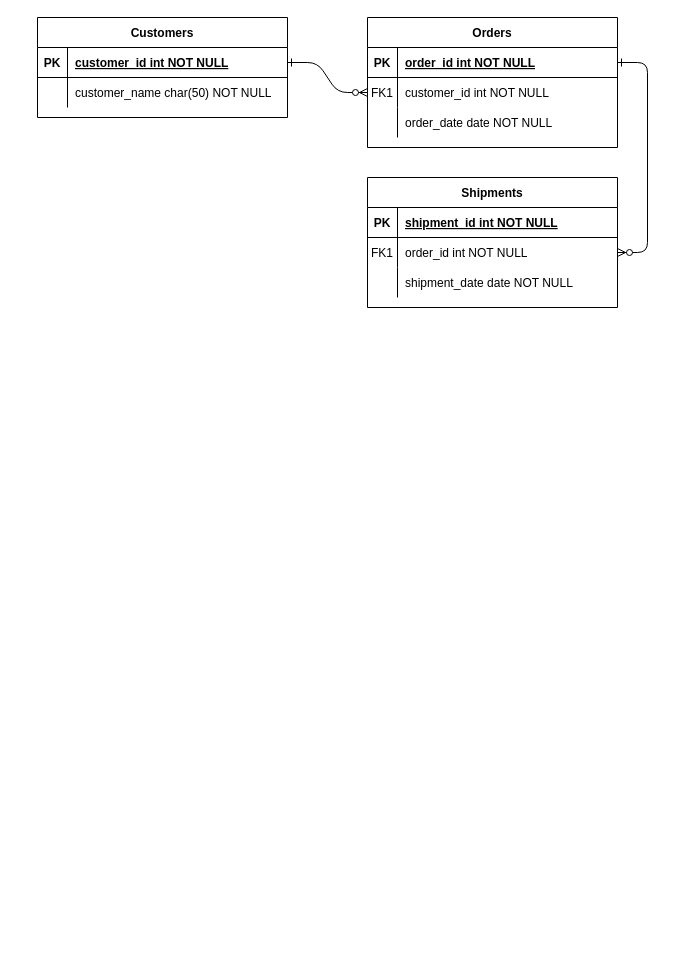
Before: 名称未設定ファイル.drawio in git-take777/menhealth-app_backend, a draw.io diagram. Source tidied: cells renumbered, new cells numbered last; positions are measured from the earlier drawing's top-left corner, leaving out a move shared by most shapes. Both pictures are drawn from the tidied source at 100%, with x=0, y=0 at pixel (37, 17).
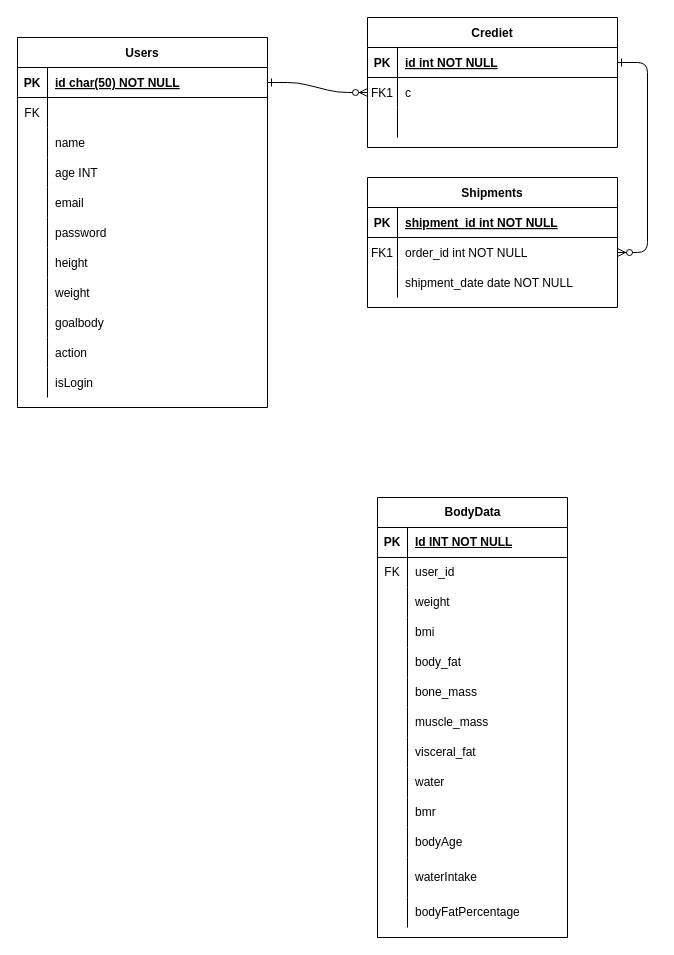
The same page after the edit.

Commit message:
health.drawio を更新します

The change refers to these unchanged cells:
```xml
<mxCell id="5" style="shape=partialRectangle;fillColor=none;points=[[0,0.5],[1,0.5]];portConstraint=eastwest;top=0;left=0;right=0;bottom=1;" parent="4" vertex="1">
  <mxGeometry y="30" width="250" height="30" as="geometry" />
</mxCell>
<mxCell id="8" style="shape=partialRectangle;fillColor=none;points=[[0,0.5],[1,0.5]];portConstraint=eastwest;top=0;left=0;right=0;bottom=0;" parent="4" vertex="1">
  <mxGeometry y="60" width="250" height="30" as="geometry" />
</mxCell>
<mxCell id="11" style="shape=partialRectangle;fillColor=none;top=0;left=0;right=0;bottom=0;" parent="4" vertex="1">
  <mxGeometry y="90" width="250" height="30" as="geometry" />
</mxCell>
<mxCell id="25" style="shape=partialRectangle;fillColor=none;points=[[0,0.5],[1,0.5]];portConstraint=eastwest;top=0;left=0;right=0;bottom=1;" parent="24" vertex="1">
  <mxGeometry y="30" width="250" height="30" as="geometry" />
</mxCell>
<mxCell id="28" style="shape=partialRectangle;fillColor=none;top=0;left=0;right=0;bottom=0;" parent="24" vertex="1">
  <mxGeometry y="60" width="250" height="30" as="geometry" />
</mxCell>
```

What changed in the source:
```diff
@@
-    <mxCell id="4" value="Orders" style="shape=table;startSize=30;childLayout=tableLayout;rowLines=0;fontStyle=1;align=center;" parent="1" vertex="1">
+    <mxCell id="4" value="Crediet" style="shape=table;startSize=30;childLayout=tableLayout;rowLines=0;fontStyle=1;align=center;" parent="1" vertex="1">
       <mxGeometry x="330" width="250" height="130" as="geometry" />
     </mxCell>
@@
-    <mxCell id="7" value="order_id int NOT NULL " style="shape=partialRectangle;overflow=hidden;fillColor=none;top=0;left=0;bottom=0;right=0;align=left;spacingLeft=6;fontStyle=5;" parent="5" vertex="1">
+    <mxCell id="7" value="id int NOT NULL " style="shape=partialRectangle;overflow=hidden;fillColor=none;top=0;left=0;bottom=0;right=0;align=left;spacingLeft=6;fontStyle=5;" parent="5" vertex="1">
       <mxGeometry x="30" width="220" height="30" as="geometry" />
     </mxCell>
@@
-    <mxCell id="10" value="customer_id int NOT NULL" style="shape=partialRectangle;overflow=hidden;fillColor=none;top=0;left=0;bottom=0;right=0;align=left;spacingLeft=6;" parent="8" vertex="1">
+    <mxCell id="10" value="c" style="shape=partialRectangle;overflow=hidden;fillColor=none;top=0;left=0;bottom=0;right=0;align=left;spacingLeft=6;" parent="8" vertex="1">
       <mxGeometry x="30" width="220" height="30" as="geometry" />
     </mxCell>
@@
-    <mxCell id="13" value="order_date date NOT NULL" style="shape=partialRectangle;overflow=hidden;fillColor=none;top=0;left=0;bottom=0;right=0;align=left;spacingLeft=6;" parent="11" vertex="1">
+    <mxCell id="13" style="shape=partialRectangle;overflow=hidden;fillColor=none;top=0;left=0;bottom=0;right=0;align=left;spacingLeft=6;" parent="11" vertex="1">
       <mxGeometry x="30" width="220" height="30" as="geometry" />
     </mxCell>
@@
-    <mxCell id="24" value="Customers" style="shape=table;startSize=30;childLayout=tableLayout;rowLines=0;fontStyle=1;align=center;" parent="1" vertex="1">
-      <mxGeometry width="250" height="100" as="geometry" />
+    <mxCell id="24" value="Users" style="shape=table;startSize=30;childLayout=tableLayout;rowLines=0;fontStyle=1;align=center;" parent="1" vertex="1">
+      <mxGeometry x="-20" y="20" width="250" height="370" as="geometry" />
     </mxCell>
@@
-    <mxCell id="27" value="customer_id int NOT NULL " style="shape=partialRectangle;overflow=hidden;fillColor=none;top=0;left=0;bottom=0;right=0;align=left;spacingLeft=6;fontStyle=5;" parent="25" vertex="1">
+    <mxCell id="27" value="id char(50) NOT NULL" style="shape=partialRectangle;overflow=hidden;fillColor=none;top=0;left=0;bottom=0;right=0;align=left;spacingLeft=6;fontStyle=5;" parent="25" vertex="1">
       <mxGeometry x="30" width="220" height="30" as="geometry" />
     </mxCell>
@@
-    <mxCell id="29" style="shape=partialRectangle;overflow=hidden;fillColor=none;top=0;left=0;bottom=0;right=0;" parent="28" vertex="1">
+    <mxCell id="29" value="FK" style="shape=partialRectangle;overflow=hidden;fillColor=none;top=0;left=0;bottom=0;right=0;" parent="28" vertex="1">
       <mxGeometry width="30" height="30" as="geometry" />
     </mxCell>
-    <mxCell id="30" value="customer_name char(50) NOT NULL" style="shape=partialRectangle;overflow=hidden;fillColor=none;top=0;left=0;bottom=0;right=0;align=left;spacingLeft=6;" parent="28" vertex="1">
+    <mxCell id="30" style="shape=partialRectangle;overflow=hidden;fillColor=none;top=0;left=0;bottom=0;right=0;align=left;spacingLeft=6;" parent="28" vertex="1">
       <mxGeometry x="30" width="220" height="30" as="geometry" />
     </mxCell>
+    <mxCell id="31" style="shape=partialRectangle;fillColor=none;top=0;left=0;right=0;bottom=0;" parent="24" vertex="1">
+      <mxGeometry y="90" width="250" height="30" as="geometry" />
+    </mxCell>
+    <mxCell id="32" style="shape=partialRectangle;overflow=hidden;fillColor=none;top=0;left=0;bottom=0;right=0;" parent="31" vertex="1">
+      <mxGeometry width="30" height="30" as="geometry" />
+    </mxCell>
+    <mxCell id="33" value="name" style="shape=partialRectangle;overflow=hidden;fillColor=none;top=0;left=0;bottom=0;right=0;align=left;spacingLeft=6;" parent="31" vertex="1">
+      <mxGeometry x="30" width="220" height="30" as="geometry" />
+    </mxCell>
+    <mxCell id="34" style="shape=partialRectangle;fillColor=none;top=0;left=0;right=0;bottom=0;" parent="24" vertex="1">
+      <mxGeometry y="120" width="250" height="30" as="geometry" />
+    </mxCell>
+    <mxCell id="35" style="shape=partialRectangle;overflow=hidden;fillColor=none;top=0;left=0;bottom=0;right=0;" parent="34" vertex="1">
+      <mxGeometry width="30" height="30" as="geometry" />
+    </mxCell>
+    <mxCell id="36" value="age INT" style="shape=partialRectangle;overflow=hidden;fillColor=none;top=0;left=0;bottom=0;right=0;align=left;spacingLeft=6;" parent="34" vertex="1">
+      <mxGeometry x="30" width="220" height="30" as="geometry" />
+    </mxCell>
+    <mxCell id="37" style="shape=partialRectangle;fillColor=none;top=0;left=0;right=0;bottom=0;" parent="24" vertex="1">
+      <mxGeometry y="150" width="250" height="30" as="geometry" />
+    </mxCell>
+    <mxCell id="38" style="shape=partialRectangle;overflow=hidden;fillColor=none;top=0;left=0;bottom=0;right=0;" parent="37" vertex="1">
+      <mxGeometry width="30" height="30" as="geometry" />
+    </mxCell>
+    <mxCell id="39" value="email" style="shape=partialRectangle;overflow=hidden;fillColor=none;top=0;left=0;bottom=0;right=0;align=left;spacingLeft=6;" parent="37" vertex="1">
+      <mxGeometry x="30" width="220" height="30" as="geometry" />
+    </mxCell>
+    <mxCell id="40" style="shape=partialRectangle;fillColor=none;top=0;left=0;right=0;bottom=0;" parent="24" vertex="1">
+      <mxGeometry y="180" width="250" height="30" as="geometry" />
+    </mxCell>
+    <mxCell id="41" style="shape=partialRectangle;overflow=hidden;fillColor=none;top=0;left=0;bottom=0;right=0;" parent="40" vertex="1">
+      <mxGeometry width="30" height="30" as="geometry" />
+    </mxCell>
+    <mxCell id="42" value="password" style="shape=partialRectangle;overflow=hidden;fillColor=none;top=0;left=0;bottom=0;right=0;align=left;spacingLeft=6;" parent="40" vertex="1">
+      <mxGeometry x="30" width="220" height="30" as="geometry" />
+    </mxCell>
+    <mxCell id="43" style="shape=partialRectangle;fillColor=none;top=0;left=0;right=0;bottom=0;" parent="24" vertex="1">
+      <mxGeometry y="210" width="250" height="30" as="geometry" />
+    </mxCell>
+    <mxCell id="44" style="shape=partialRectangle;overflow=hidden;fillColor=none;top=0;left=0;bottom=0;right=0;" parent="43" vertex="1">
+      <mxGeometry width="30" height="30" as="geometry" />
+    </mxCell>
+    <mxCell id="45" value="height" style="shape=partialRectangle;overflow=hidden;fillColor=none;top=0;left=0;bottom=0;right=0;align=left;spacingLeft=6;" parent="43" vertex="1">
+      <mxGeometry x="30" width="220" height="30" as="geometry" />
+    </mxCell>
+    <mxCell id="46" style="shape=partialRectangle;fillColor=none;top=0;left=0;right=0;bottom=0;" parent="24" vertex="1">
+      <mxGeometry y="240" width="250" height="30" as="geometry" />
+    </mxCell>
+    <mxCell id="47" style="shape=partialRectangle;overflow=hidden;fillColor=none;top=0;left=0;bottom=0;right=0;" parent="46" vertex="1">
+      <mxGeometry width="30" height="30" as="geometry" />
+    </mxCell>
+    <mxCell id="48" value="weight" style="shape=partialRectangle;overflow=hidden;fillColor=none;top=0;left=0;bottom=0;right=0;align=left;spacingLeft=6;" parent="46" vertex="1">
+      <mxGeometry x="30" width="220" height="30" as="geometry" />
+    </mxCell>
+    <mxCell id="49" style="shape=partialRectangle;fillColor=none;top=0;left=0;right=0;bottom=0;" parent="24" vertex="1">
+      <mxGeometry y="270" width="250" height="30" as="geometry" />
+    </mxCell>
+    <mxCell id="50" style="shape=partialRectangle;overflow=hidden;fillColor=none;top=0;left=0;bottom=0;right=0;" parent="49" vertex="1">
+      <mxGeometry width="30" height="30" as="geometry" />
+    </mxCell>
+    <mxCell id="51" value="goalbody" style="shape=partialRectangle;overflow=hidden;fillColor=none;top=0;left=0;bottom=0;right=0;align=left;spacingLeft=6;" parent="49" vertex="1">
+      <mxGeometry x="30" width="220" height="30" as="geometry" />
+    </mxCell>
+    <mxCell id="52" style="shape=partialRectangle;fillColor=none;top=0;left=0;right=0;bottom=0;" parent="24" vertex="1">
+      <mxGeometry y="300" width="250" height="30" as="geometry" />
+    </mxCell>
+    <mxCell id="53" style="shape=partialRectangle;overflow=hidden;fillColor=none;top=0;left=0;bottom=0;right=0;" parent="52" vertex="1">
+      <mxGeometry width="30" height="30" as="geometry" />
+    </mxCell>
+    <mxCell id="54" value="action" style="shape=partialRectangle;overflow=hidden;fillColor=none;top=0;left=0;bottom=0;right=0;align=left;spacingLeft=6;" parent="52" vertex="1">
+      <mxGeometry x="30" width="220" height="30" as="geometry" />
+    </mxCell>
+    <mxCell id="55" style="shape=partialRectangle;fillColor=none;top=0;left=0;right=0;bottom=0;" parent="24" vertex="1">
+      <mxGeometry y="330" width="250" height="30" as="geometry" />
+    </mxCell>
+    <mxCell id="56" style="shape=partialRectangle;overflow=hidden;fillColor=none;top=0;left=0;bottom=0;right=0;" parent="55" vertex="1">
+      <mxGeometry width="30" height="30" as="geometry" />
+    </mxCell>
+    <mxCell id="57" value="isLogin" style="shape=partialRectangle;overflow=hidden;fillColor=none;top=0;left=0;bottom=0;right=0;align=left;spacingLeft=6;" parent="55" vertex="1">
+      <mxGeometry x="30" width="220" height="30" as="geometry" />
+    </mxCell>
+    <mxCell id="58" value="BodyData" style="shape=table;startSize=30;childLayout=tableLayout;rowLines=0;fontStyle=1;align=center;html=1;" parent="1" vertex="1">
+      <mxGeometry x="340" y="480" width="190" height="440" as="geometry" />
+    </mxCell>
+    <mxCell id="59" style="shape=tableRow;horizontal=0;startSize=0;swimlaneHead=0;swimlaneBody=0;fillColor=none;top=0;left=0;right=0;bottom=1;" parent="58" vertex="1">
+      <mxGeometry y="30" width="190" height="30" as="geometry" />
+    </mxCell>
+    <mxCell id="60" value="PK" style="shape=partialRectangle;fillColor=none;top=0;left=0;bottom=0;right=0;fontStyle=1;overflow=hidden;whiteSpace=wrap;html=1;" parent="59" vertex="1">
+      <mxGeometry width="30" height="30" as="geometry" />
+    </mxCell>
+    <mxCell id="61" value="Id INT NOT NULL" style="shape=partialRectangle;fillColor=none;top=0;left=0;bottom=0;right=0;align=left;spacingLeft=6;fontStyle=5;overflow=hidden;whiteSpace=wrap;html=1;" parent="59" vertex="1">
+      <mxGeometry x="30" width="160" height="30" as="geometry" />
+    </mxCell>
+    <mxCell id="62" style="shape=tableRow;horizontal=0;startSize=0;swimlaneHead=0;swimlaneBody=0;fillColor=none;top=0;left=0;right=0;bottom=0;" parent="58" vertex="1">
+      <mxGeometry y="60" width="190" height="30" as="geometry" />
+    </mxCell>
+    <mxCell id="63" value="FK" style="shape=partialRectangle;fillColor=none;top=0;left=0;bottom=0;right=0;overflow=hidden;whiteSpace=wrap;html=1;" parent="62" vertex="1">
+      <mxGeometry width="30" height="30" as="geometry" />
+    </mxCell>
+    <mxCell id="64" value="user_id" style="shape=partialRectangle;fillColor=none;top=0;left=0;bottom=0;right=0;align=left;spacingLeft=6;overflow=hidden;whiteSpace=wrap;html=1;" parent="62" vertex="1">
+      <mxGeometry x="30" width="160" height="30" as="geometry" />
+    </mxCell>
+    <mxCell id="65" style="shape=tableRow;horizontal=0;startSize=0;swimlaneHead=0;swimlaneBody=0;fillColor=none;top=0;left=0;right=0;bottom=0;" parent="58" vertex="1">
+      <mxGeometry y="90" width="190" height="30" as="geometry" />
+    </mxCell>
+    <mxCell id="66" style="shape=partialRectangle;fillColor=none;top=0;left=0;bottom=0;right=0;overflow=hidden;whiteSpace=wrap;html=1;" parent="65" vertex="1">
+      <mxGeometry width="30" height="30" as="geometry" />
+    </mxCell>
+    <mxCell id="67" value="weight" style="shape=partialRectangle;fillColor=none;top=0;left=0;bottom=0;right=0;align=left;spacingLeft=6;overflow=hidden;whiteSpace=wrap;html=1;" parent="65" vertex="1">
+      <mxGeometry x="30" width="160" height="30" as="geometry" />
+    </mxCell>
+    <mxCell id="68" style="shape=tableRow;horizontal=0;startSize=0;swimlaneHead=0;swimlaneBody=0;fillColor=none;top=0;left=0;right=0;bottom=0;" parent="58" vertex="1">
+      <mxGeometry y="120" width="190" height="30" as="geometry" />
+    </mxCell>
+    <mxCell id="69" style="shape=partialRectangle;fillColor=none;top=0;left=0;bottom=0;right=0;overflow=hidden;whiteSpace=wrap;html=1;" parent="68" vertex="1">
+      <mxGeometry width="30" height="30" as="geometry" />
+    </mxCell>
+    <mxCell id="70" value="bmi" style="shape=partialRectangle;fillColor=none;top=0;left=0;bottom=0;right=0;align=left;spacingLeft=6;overflow=hidden;whiteSpace=wrap;html=1;" parent="68" vertex="1">
+      <mxGeometry x="30" width="160" height="30" as="geometry" />
+    </mxCell>
+    <mxCell id="71" style="shape=tableRow;horizontal=0;startSize=0;swimlaneHead=0;swimlaneBody=0;fillColor=none;top=0;left=0;right=0;bottom=0;" parent="58" vertex="1">
+      <mxGeometry y="150" width="190" height="30" as="geometry" />
+    </mxCell>
+    <mxCell id="72" style="shape=partialRectangle;fillColor=none;top=0;left=0;bottom=0;right=0;overflow=hidden;whiteSpace=wrap;html=1;" parent="71" vertex="1">
+      <mxGeometry width="30" height="30" as="geometry" />
+    </mxCell>
+    <mxCell id="73" value="body_fat" style="shape=partialRectangle;fillColor=none;top=0;left=0;bottom=0;right=0;align=left;spacingLeft=6;overflow=hidden;whiteSpace=wrap;html=1;" parent="71" vertex="1">
+      <mxGeometry x="30" width="160" height="30" as="geometry" />
+    </mxCell>
+    <mxCell id="74" style="shape=tableRow;horizontal=0;startSize=0;swimlaneHead=0;swimlaneBody=0;fillColor=none;top=0;left=0;right=0;bottom=0;" parent="58" vertex="1">
+      <mxGeometry y="180" width="190" height="30" as="geometry" />
+    </mxCell>
+    <mxCell id="75" style="shape=partialRectangle;fillColor=none;top=0;left=0;bottom=0;right=0;overflow=hidden;whiteSpace=wrap;html=1;" parent="74" vertex="1">
+      <mxGeometry width="30" height="30" as="geometry" />
+    </mxCell>
+    <mxCell id="76" value="bone_mass" style="shape=partialRectangle;fillColor=none;top=0;left=0;bottom=0;right=0;align=left;spacingLeft=6;overflow=hidden;whiteSpace=wrap;html=1;" parent="74" vertex="1">
+      <mxGeometry x="30" width="160" height="30" as="geometry" />
+    </mxCell>
+    <mxCell id="77" style="shape=tableRow;horizontal=0;startSize=0;swimlaneHead=0;swimlaneBody=0;fillColor=none;top=0;left=0;right=0;bottom=0;" parent="58" vertex="1">
+      <mxGeometry y="210" width="190" height="30" as="geometry" />
+    </mxCell>
+    <mxCell id="78" style="shape=partialRectangle;fillColor=none;top=0;left=0;bottom=0;right=0;overflow=hidden;whiteSpace=wrap;html=1;" parent="77" vertex="1">
+      <mxGeometry width="30" height="30" as="geometry" />
+    </mxCell>
+    <mxCell id="79" value="muscle_mass" style="shape=partialRectangle;fillColor=none;top=0;left=0;bottom=0;right=0;align=left;spacingLeft=6;overflow=hidden;whiteSpace=wrap;html=1;" parent="77" vertex="1">
+      <mxGeometry x="30" width="160" height="30" as="geometry" />
+    </mxCell>
+    <mxCell id="80" style="shape=tableRow;horizontal=0;startSize=0;swimlaneHead=0;swimlaneBody=0;fillColor=none;top=0;left=0;right=0;bottom=0;" parent="58" vertex="1">
+      <mxGeometry y="240" width="190" height="30" as="geometry" />
+    </mxCell>
+    <mxCell id="81" style="shape=partialRectangle;fillColor=none;top=0;left=0;bottom=0;right=0;overflow=hidden;whiteSpace=wrap;html=1;" parent="80" vertex="1">
+      <mxGeometry width="30" height="30" as="geometry" />
+    </mxCell>
+    <mxCell id="82" value="visceral_fat" style="shape=partialRectangle;fillColor=none;top=0;left=0;bottom=0;right=0;align=left;spacingLeft=6;overflow=hidden;whiteSpace=wrap;html=1;" parent="80" vertex="1">
+      <mxGeometry x="30" width="160" height="30" as="geometry" />
+    </mxCell>
+    <mxCell id="83" style="shape=tableRow;horizontal=0;startSize=0;swimlaneHead=0;swimlaneBody=0;fillColor=none;top=0;left=0;right=0;bottom=0;" parent="58" vertex="1">
+      <mxGeometry y="270" width="190" height="30" as="geometry" />
+    </mxCell>
+    <mxCell id="84" style="shape=partialRectangle;fillColor=none;top=0;left=0;bottom=0;right=0;overflow=hidden;whiteSpace=wrap;html=1;" parent="83" vertex="1">
+      <mxGeometry width="30" height="30" as="geometry" />
+    </mxCell>
+    <mxCell id="85" value="water" style="shape=partialRectangle;fillColor=none;top=0;left=0;bottom=0;right=0;align=left;spacingLeft=6;overflow=hidden;whiteSpace=wrap;html=1;" parent="83" vertex="1">
+      <mxGeometry x="30" width="160" height="30" as="geometry" />
+    </mxCell>
+    <mxCell id="86" style="shape=tableRow;horizontal=0;startSize=0;swimlaneHead=0;swimlaneBody=0;fillColor=none;top=0;left=0;right=0;bottom=0;" parent="58" vertex="1">
+      <mxGeometry y="300" width="190" height="30" as="geometry" />
+    </mxCell>
+    <mxCell id="87" style="shape=partialRectangle;fillColor=none;top=0;left=0;bottom=0;right=0;overflow=hidden;whiteSpace=wrap;html=1;" parent="86" vertex="1">
+      <mxGeometry width="30" height="30" as="geometry" />
+    </mxCell>
+    <mxCell id="88" value="bmr" style="shape=partialRectangle;fillColor=none;top=0;left=0;bottom=0;right=0;align=left;spacingLeft=6;overflow=hidden;whiteSpace=wrap;html=1;" parent="86" vertex="1">
+      <mxGeometry x="30" width="160" height="30" as="geometry" />
+    </mxCell>
+    <mxCell id="89" style="shape=tableRow;horizontal=0;startSize=0;swimlaneHead=0;swimlaneBody=0;fillColor=none;top=0;left=0;right=0;bottom=0;" parent="58" vertex="1">
+      <mxGeometry y="330" width="190" height="30" as="geometry" />
+    </mxCell>
+    <mxCell id="90" style="shape=partialRectangle;fillColor=none;top=0;left=0;bottom=0;right=0;overflow=hidden;whiteSpace=wrap;html=1;" parent="89" vertex="1">
+      <mxGeometry width="30" height="30" as="geometry" />
+    </mxCell>
+    <mxCell id="91" value="bodyAge" style="shape=partialRectangle;fillColor=none;top=0;left=0;bottom=0;right=0;align=left;spacingLeft=6;overflow=hidden;whiteSpace=wrap;html=1;" parent="89" vertex="1">
+      <mxGeometry x="30" width="160" height="30" as="geometry" />
+    </mxCell>
+    <mxCell id="92" style="shape=tableRow;horizontal=0;startSize=0;swimlaneHead=0;swimlaneBody=0;fillColor=none;top=0;left=0;right=0;bottom=0;" parent="58" vertex="1">
+      <mxGeometry y="360" width="190" height="40" as="geometry" />
+    </mxCell>
+    <mxCell id="93" style="shape=partialRectangle;fillColor=none;top=0;left=0;bottom=0;right=0;overflow=hidden;whiteSpace=wrap;html=1;" parent="92" vertex="1">
+      <mxGeometry width="30" height="40" as="geometry" />
+    </mxCell>
+    <mxCell id="94" value="waterIntake" style="shape=partialRectangle;fillColor=none;top=0;left=0;bottom=0;right=0;align=left;spacingLeft=6;overflow=hidden;whiteSpace=wrap;html=1;" parent="92" vertex="1">
+      <mxGeometry x="30" width="160" height="40" as="geometry" />
+    </mxCell>
+    <mxCell id="95" style="shape=tableRow;horizontal=0;startSize=0;swimlaneHead=0;swimlaneBody=0;fillColor=none;top=0;left=0;right=0;bottom=0;" parent="58" vertex="1">
+      <mxGeometry y="400" width="190" height="30" as="geometry" />
+    </mxCell>
+    <mxCell id="96" style="shape=partialRectangle;fillColor=none;top=0;left=0;bottom=0;right=0;overflow=hidden;whiteSpace=wrap;html=1;" parent="95" vertex="1">
+      <mxGeometry width="30" height="30" as="geometry" />
+    </mxCell>
+    <mxCell id="97" value="bodyFatPercentage" style="shape=partialRectangle;fillColor=none;top=0;left=0;bottom=0;right=0;align=left;spacingLeft=6;overflow=hidden;whiteSpace=wrap;html=1;" parent="95" vertex="1">
+      <mxGeometry x="30" width="160" height="30" as="geometry" />
+    </mxCell>
+    <mxCell id="98" style="shape=partialRectangle;fillColor=none;top=0;left=0;bottom=0;right=0;align=left;spacingLeft=6;overflow=hidden;whiteSpace=wrap;html=1;strokeWidth=1;shadow=0;" parent="1" vertex="1">
+      <mxGeometry x="100" y="570" width="160" height="30" as="geometry" />
+    </mxCell>
```
